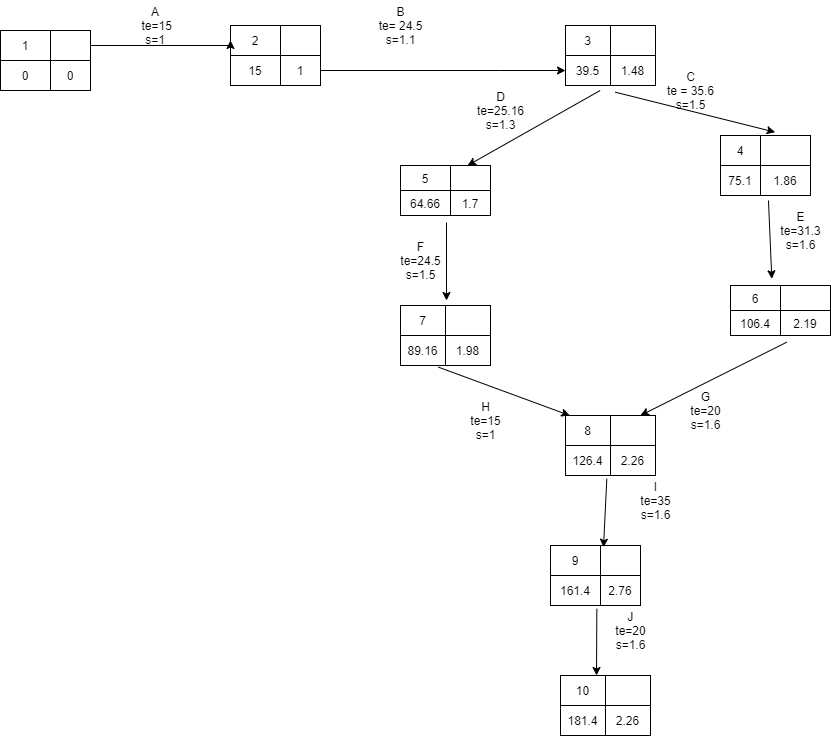
Earlier version of the draw.io export Untitled Diagram.png (simsrpt/My-Project). Source tidied: cells renumbered, new cells last; positions are measured from the earlier drawing's top-left corner, leaving out a move shared by most shapes.
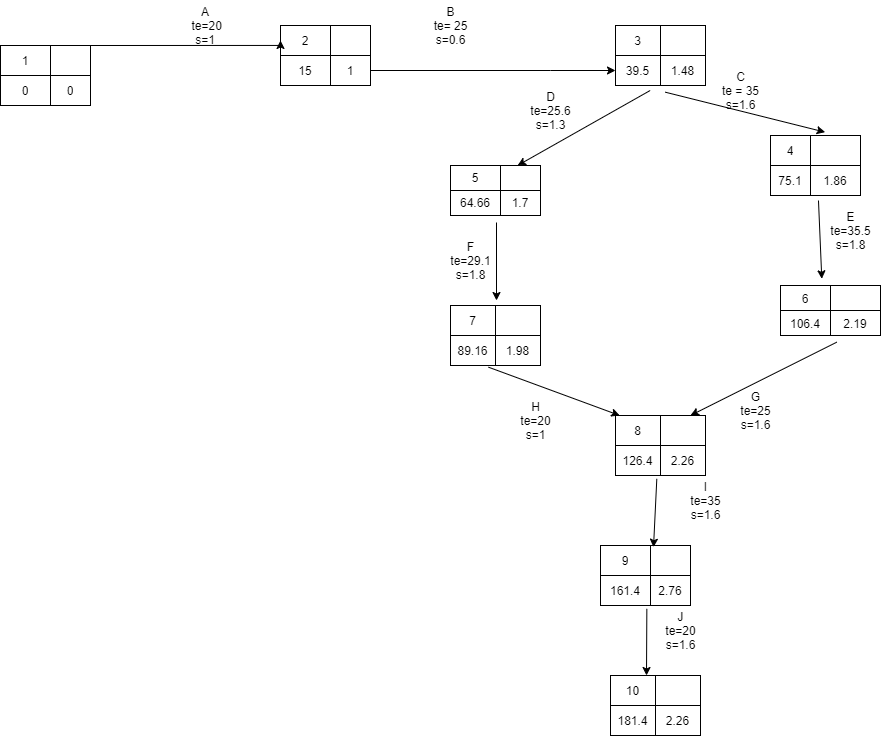
Above is the later version.

Diff of the diagram source:
```diff
@@ -2,7 +2,7 @@
   <root>
     <mxCell id="0" />
     <mxCell id="1" parent="0" />
-    <mxCell id="2" value="A&lt;br&gt;&amp;nbsp;te=15&lt;br&gt;s=1&lt;br&gt;" style="shape=partialRectangle;html=1;whiteSpace=wrap;overflow=hidden;fillColor=none;top=0;left=0;bottom=0;right=0;" parent="1" vertex="1">
+    <mxCell id="2" value="A&lt;br&gt;&amp;nbsp;te=20&lt;br&gt;s=1" style="shape=partialRectangle;html=1;whiteSpace=wrap;overflow=hidden;fillColor=none;top=0;left=0;bottom=0;right=0;" parent="1" vertex="1">
       <mxGeometry x="130" width="50" height="50" as="geometry" />
     </mxCell>
     <mxCell id="3" style="shape=table;html=1;whiteSpace=wrap;startSize=0;" parent="1" vertex="1">
@@ -195,7 +195,7 @@
       <mxGeometry x="45" width="45" height="30" as="geometry" />
     </mxCell>
     <mxCell id="66" style="shape=table;html=1;whiteSpace=wrap;startSize=0;" parent="1" vertex="1">
-      <mxGeometry y="30" width="90" height="60" as="geometry" />
+      <mxGeometry x="-50" y="45" width="90" height="60" as="geometry" />
     </mxCell>
     <mxCell id="67" style="shape=partialRectangle;html=1;whiteSpace=wrap;fillColor=none;top=0;left=0;bottom=0;right=0;points=[[0,0.5],[1,0.5]];portConstraint=eastwest;" parent="66" vertex="1">
       <mxGeometry width="90" height="30" as="geometry" />
@@ -215,22 +215,22 @@
     <mxCell id="72" value="0" style="shape=partialRectangle;html=1;whiteSpace=wrap;overflow=hidden;fillColor=none;top=0;left=0;bottom=0;right=0;" parent="70" vertex="1">
       <mxGeometry x="50" width="40" height="30" as="geometry" />
     </mxCell>
-    <mxCell id="73" value="B&lt;br&gt;te= 24.5&lt;br&gt;s=1.1" style="text;html=1;align=center;verticalAlign=middle;" parent="1" vertex="1">
-      <mxGeometry x="370" width="60" height="50" as="geometry" />
+    <mxCell id="73" value="B&lt;br&gt;te= 25&lt;br&gt;s=0.6" style="text;html=1;align=center;verticalAlign=middle;" parent="1" vertex="1">
+      <mxGeometry x="375" width="50" height="50" as="geometry" />
     </mxCell>
-    <mxCell id="74" value="C&lt;br&gt;te = 35.6&lt;br&gt;s=1.5" style="text;html=1;align=center;verticalAlign=middle;" parent="1" vertex="1">
-      <mxGeometry x="660" y="65" width="60" height="50" as="geometry" />
+    <mxCell id="74" value="C&lt;br&gt;te = 35&lt;br&gt;s=1.6" style="text;html=1;align=center;verticalAlign=middle;" parent="1" vertex="1">
+      <mxGeometry x="665" y="65" width="50" height="50" as="geometry" />
     </mxCell>
-    <mxCell id="75" value="D&lt;br&gt;te=25.16&lt;br&gt;s=1.3" style="text;html=1;align=center;verticalAlign=middle;" parent="1" vertex="1">
+    <mxCell id="75" value="D&lt;br&gt;te=25.6&lt;br&gt;s=1.3" style="text;html=1;align=center;verticalAlign=middle;" parent="1" vertex="1">
       <mxGeometry x="470" y="85" width="60" height="50" as="geometry" />
     </mxCell>
-    <mxCell id="76" value="E&lt;br&gt;te=31.3&lt;br&gt;s=1.6" style="text;html=1;align=center;verticalAlign=middle;" parent="1" vertex="1">
+    <mxCell id="76" value="E&lt;br&gt;te=35.5&lt;br&gt;s=1.8" style="text;html=1;align=center;verticalAlign=middle;" parent="1" vertex="1">
       <mxGeometry x="770" y="205" width="60" height="50" as="geometry" />
     </mxCell>
-    <mxCell id="77" value="F&lt;br&gt;te=24.5&lt;br&gt;s=1.5" style="text;html=1;align=center;verticalAlign=middle;" parent="1" vertex="1">
+    <mxCell id="77" value="F&lt;br&gt;te=29.1&lt;br&gt;s=1.8" style="text;html=1;align=center;verticalAlign=middle;" parent="1" vertex="1">
       <mxGeometry x="390" y="235" width="60" height="50" as="geometry" />
     </mxCell>
-    <mxCell id="78" value="H&lt;br&gt;te=15&lt;br&gt;s=1" style="text;html=1;align=center;verticalAlign=middle;" parent="1" vertex="1">
+    <mxCell id="78" value="H&lt;br&gt;te=20&lt;br&gt;s=1" style="text;html=1;align=center;verticalAlign=middle;" parent="1" vertex="1">
       <mxGeometry x="460" y="395" width="50" height="50" as="geometry" />
     </mxCell>
     <mxCell id="79" value="I&lt;br&gt;te=35&lt;br&gt;s=1.6" style="text;html=1;align=center;verticalAlign=middle;" parent="1" vertex="1">
@@ -239,7 +239,7 @@
     <mxCell id="80" value="J&lt;br&gt;te=20&lt;br&gt;s=1.6" style="text;html=1;align=center;verticalAlign=middle;" parent="1" vertex="1">
       <mxGeometry x="605" y="605" width="50" height="50" as="geometry" />
     </mxCell>
-    <mxCell id="81" value="G&lt;br&gt;te=20&lt;br&gt;s=1.6" style="text;html=1;align=center;verticalAlign=middle;" parent="1" vertex="1">
+    <mxCell id="81" value="G&lt;br&gt;te=25&lt;br&gt;s=1.6" style="text;html=1;align=center;verticalAlign=middle;" parent="1" vertex="1">
       <mxGeometry x="680" y="385" width="50" height="50" as="geometry" />
     </mxCell>
     <mxCell id="82" style="edgeStyle=orthogonalEdgeStyle;rounded=0;jettySize=auto;html=1;entryX=0;entryY=0.5;entryDx=0;entryDy=0;" parent="1" edge="1" source="14" target="21">
```
